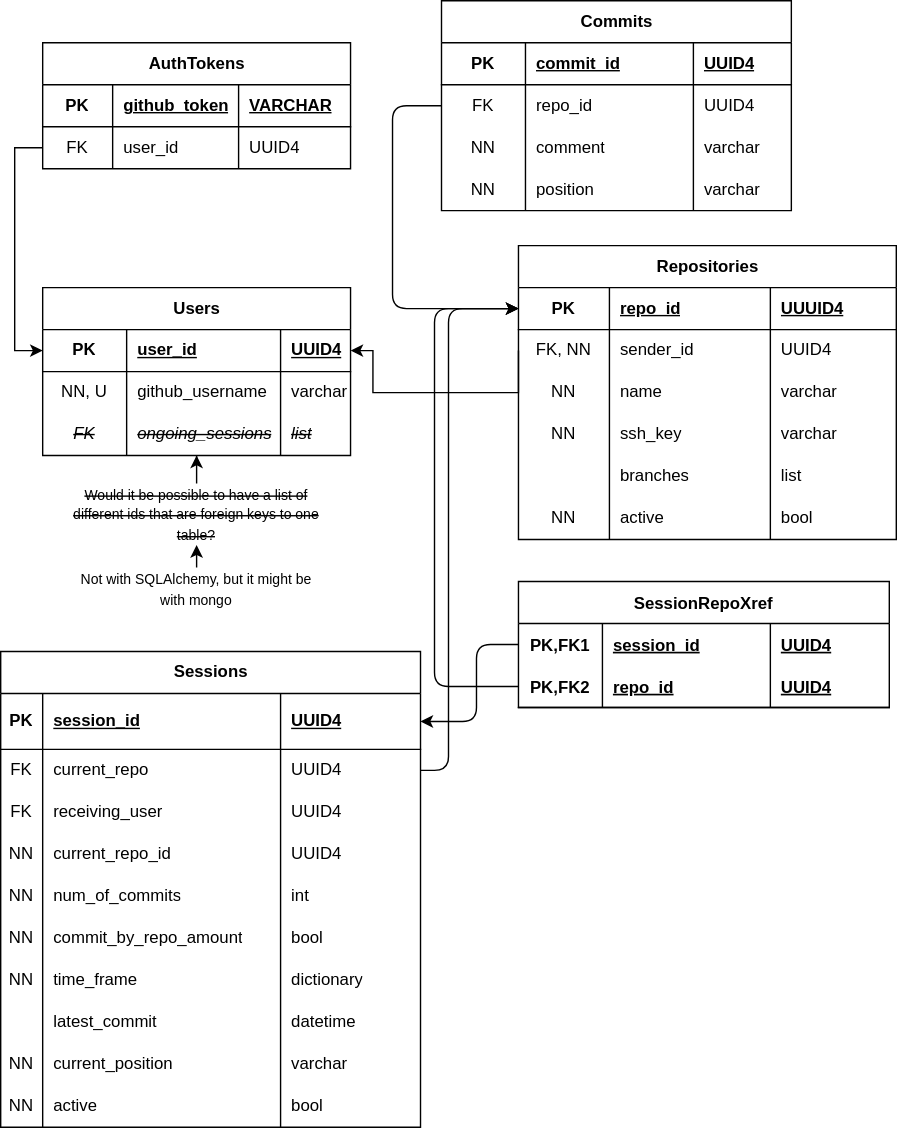
The draw.io diagram cyclone.drawio.svg in Jamesh431/Cyclone, before a commit. Source tidied: cells renumbered, new cells last; positions are measured from the earlier drawing's top-left corner, leaving out a move shared by most shapes.
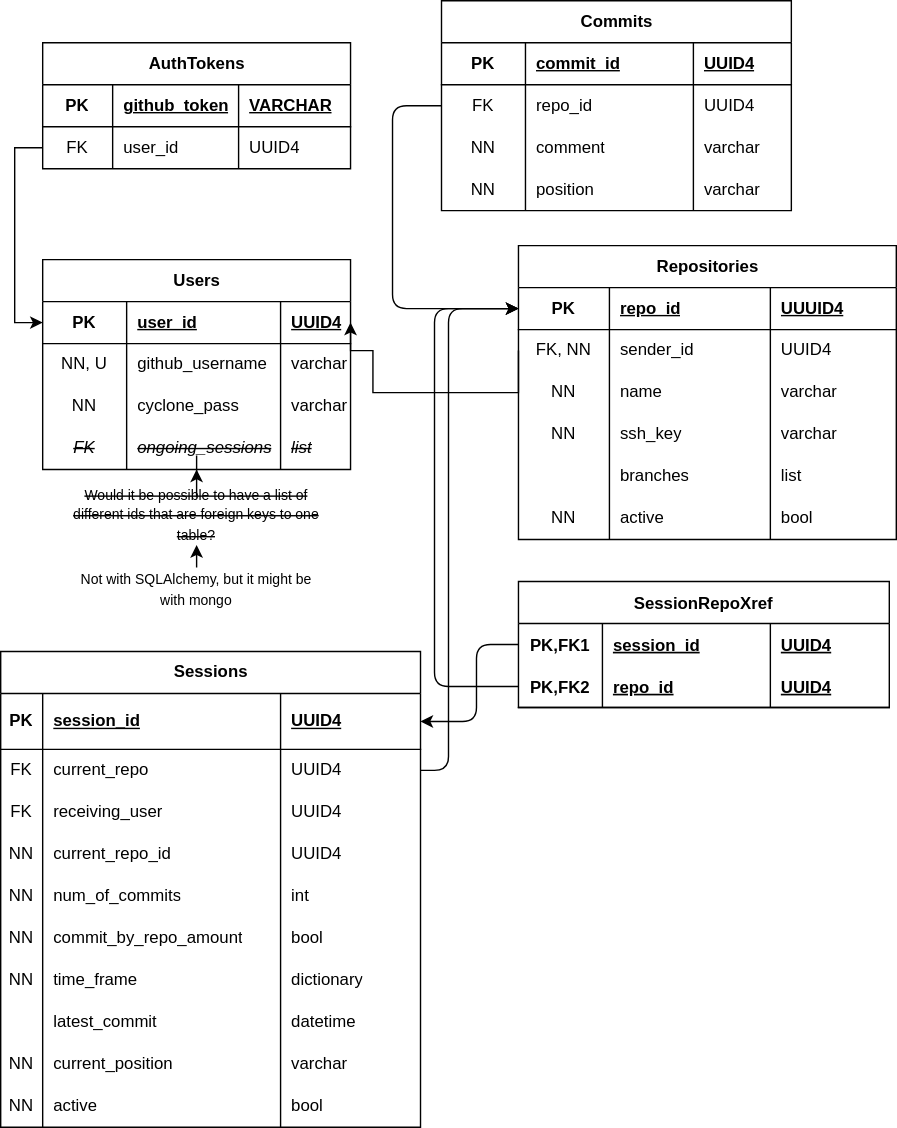
The same diagram one commit later.

Commit message:
added password for users

What changed in the source:
```diff
@@ -30,7 +30,7 @@
       <mxGeometry x="140" width="80" height="30" as="geometry" />
     </mxCell>
     <mxCell id="11" value="Users" style="shape=table;startSize=30;rowLines=0;fontStyle=1;align=center;html=1;" parent="1" vertex="1">
-      <mxGeometry x="30" y="205" width="220" height="120" as="geometry" />
+      <mxGeometry x="30" y="185" width="220" height="150" as="geometry" />
     </mxCell>
     <mxCell id="12" style="shape=tableRow;horizontal=0;startSize=0;swimlaneHead=0;swimlaneBody=0;fillColor=none;points=[[0,0.5],[1,0.5]];portConstraint=eastwest;top=0;left=0;right=0;bottom=1;" parent="11" vertex="1">
       <mxGeometry y="30" width="220" height="30" as="geometry" />
@@ -56,8 +56,20 @@
     <mxCell id="19" value="varchar" style="shape=partialRectangle;fillColor=none;top=0;left=0;bottom=0;right=0;align=left;spacingLeft=6;overflow=hidden;whiteSpace=wrap;html=1;" parent="16" vertex="1">
       <mxGeometry x="170" width="50" height="30" as="geometry" />
     </mxCell>
+    <mxCell id="127" style="shape=tableRow;horizontal=0;startSize=0;swimlaneHead=0;swimlaneBody=0;fillColor=none;top=0;left=0;right=0;bottom=0;" parent="11" vertex="1">
+      <mxGeometry y="90" width="220" height="30" as="geometry" />
+    </mxCell>
+    <mxCell id="128" value="NN" style="shape=partialRectangle;fillColor=none;top=0;left=0;bottom=0;right=0;overflow=hidden;whiteSpace=wrap;html=1;" parent="127" vertex="1">
+      <mxGeometry width="60" height="30" as="geometry" />
+    </mxCell>
+    <mxCell id="129" value="cyclone_pass" style="shape=partialRectangle;fillColor=none;top=0;left=0;bottom=0;right=0;align=left;spacingLeft=6;overflow=hidden;whiteSpace=wrap;html=1;" parent="127" vertex="1">
+      <mxGeometry x="60" width="110" height="30" as="geometry" />
+    </mxCell>
+    <mxCell id="130" value="varchar" style="shape=partialRectangle;fillColor=none;top=0;left=0;bottom=0;right=0;align=left;spacingLeft=6;overflow=hidden;whiteSpace=wrap;html=1;" parent="127" vertex="1">
+      <mxGeometry x="170" width="50" height="30" as="geometry" />
+    </mxCell>
     <mxCell id="20" style="shape=tableRow;horizontal=0;startSize=0;swimlaneHead=0;swimlaneBody=0;fillColor=none;points=[[0,0.5],[1,0.5]];portConstraint=eastwest;top=0;left=0;right=0;bottom=0;" parent="11" vertex="1">
-      <mxGeometry y="90" width="220" height="30" as="geometry" />
+      <mxGeometry y="120" width="220" height="30" as="geometry" />
     </mxCell>
     <mxCell id="21" value="&lt;i&gt;&lt;strike&gt;FK&lt;/strike&gt;&lt;/i&gt;" style="shape=partialRectangle;fillColor=none;top=0;left=0;bottom=0;right=0;overflow=hidden;whiteSpace=wrap;html=1;" parent="20" vertex="1">
       <mxGeometry width="60" height="30" as="geometry" />
```
